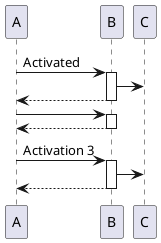
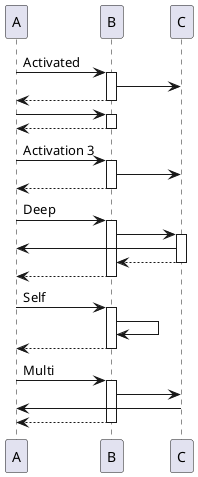
@startuml

participant A
participant B
participant C

A->B ++: Activated
    B->C
return

A->B ++
return

A->B ++: Activation 3
    B->C
return

+ A->B ++: Deep
+     B->C ++
+         C->A
+     return
+ return
+ 
+ A->B ++: Self
+     B->B
+ return
+ 
+ A->B ++: Multi
+     B->C
+     C->A
+ return
+ 
@enduml